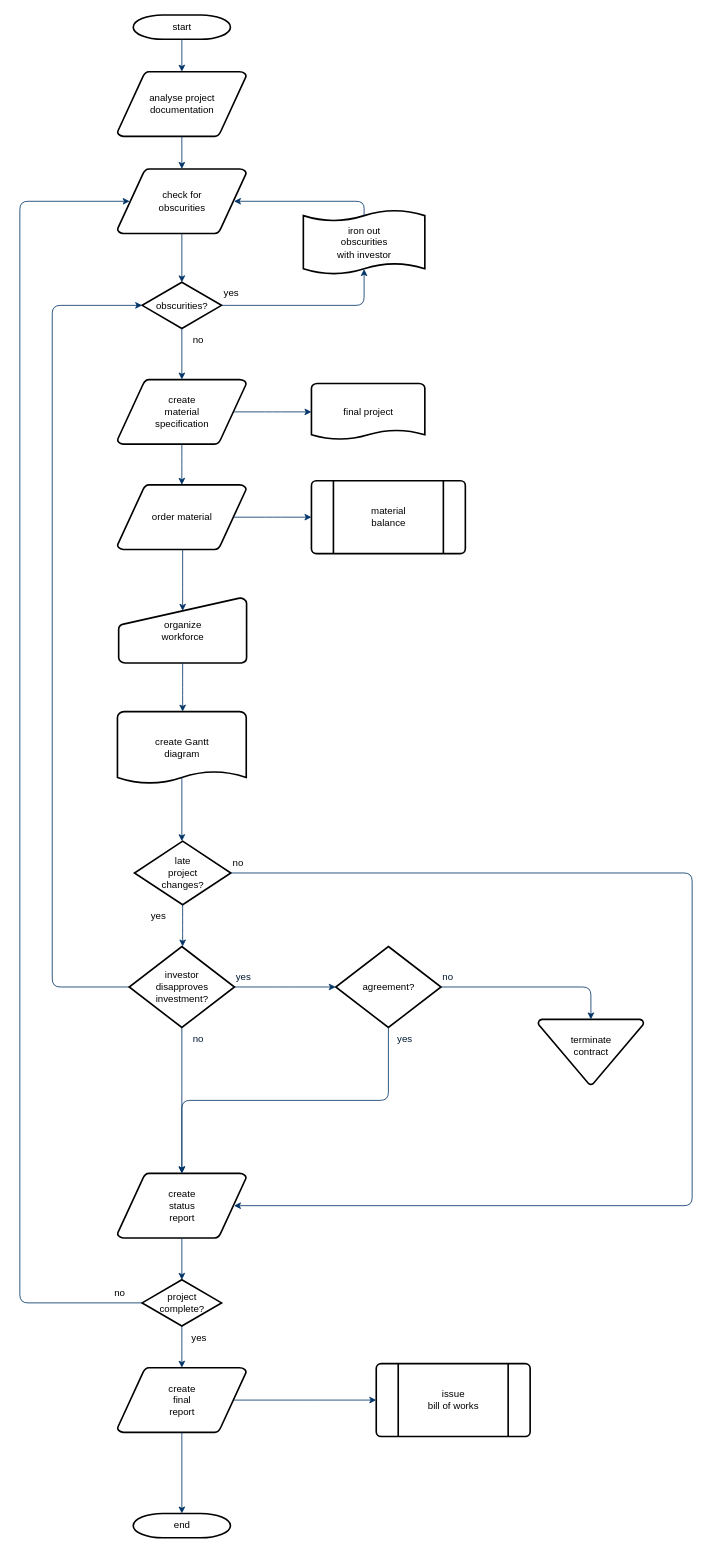
Earlier version of the draw.io diagram Untitled Diagram.drawio (DDtime123/uml_diagram). Source tidied: cells renumbered, new cells numbered last; positions are measured from the earlier drawing's top-left corner, leaving out a move shared by most shapes. Both pictures are drawn from the tidied source at 81%, with x=0, y=0 at pixel (19, 15).
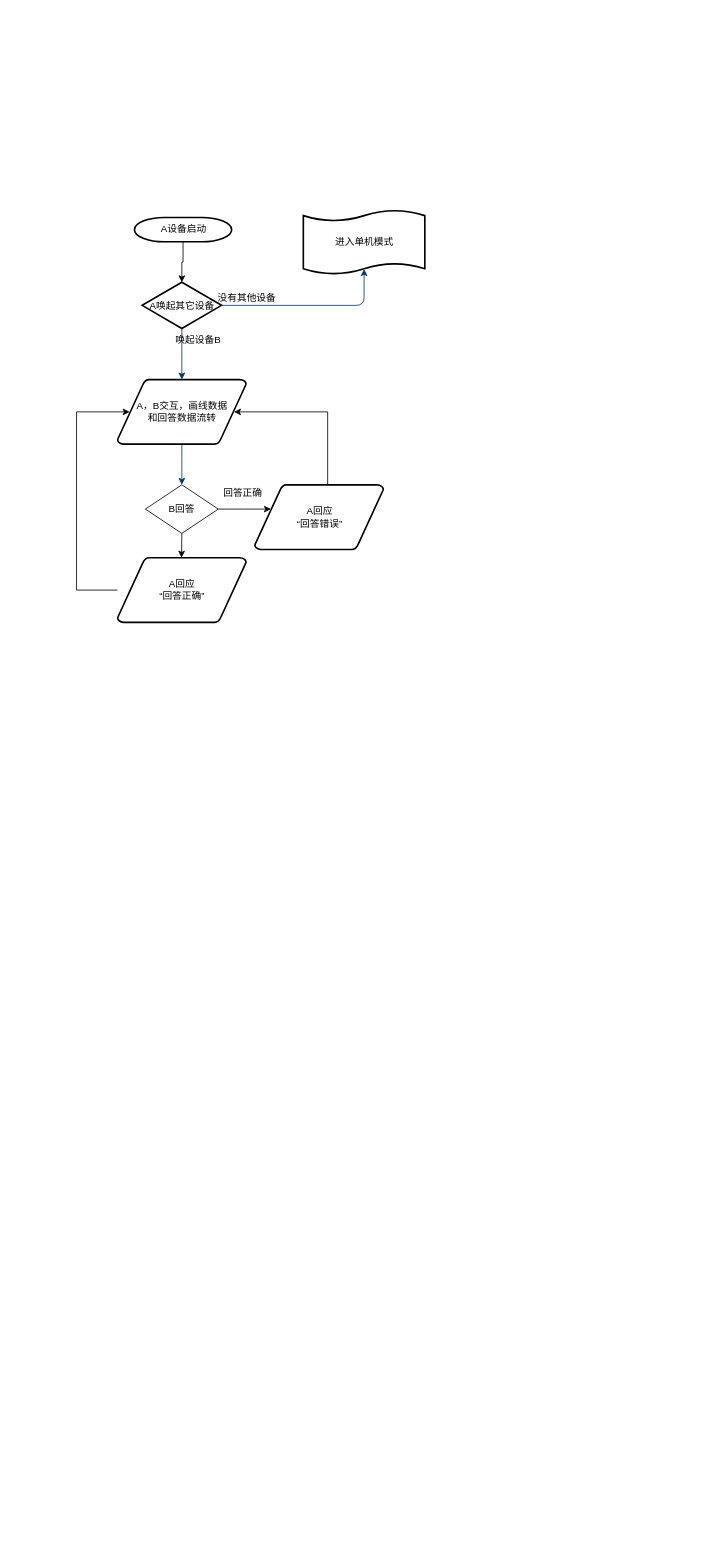
The same diagram, later.

What changed in the source:
```diff
@@
+    <mxCell id="56" style="edgeStyle=orthogonalEdgeStyle;rounded=0;jettySize=auto;html=1;exitX=0.5;exitY=1;exitDx=0;exitDy=0;exitPerimeter=0;entryX=0.5;entryY=0;entryDx=0;entryDy=0;entryPerimeter=0;" parent="1" edge="1" source="2" target="6">
+      <mxGeometry relative="1" as="geometry" />
+    </mxCell>
-    <mxCell id="2" value="start" style="shape=mxgraph.flowchart.terminator;strokeWidth=2;gradientColor=none;gradientDirection=north;fontStyle=0;html=1;" parent="1" vertex="1">
-      <mxGeometry x="140" width="120" height="30" as="geometry" />
+    <mxCell id="2" value="A设备启动" style="shape=mxgraph.flowchart.terminator;strokeWidth=2;gradientColor=none;gradientDirection=north;fontStyle=0;html=1;" parent="1" vertex="1">
+      <mxGeometry x="141.5" y="250" width="120" height="30" as="geometry" />
     </mxCell>
-    <mxCell id="3" value="analyse project&#10; documentation" style="shape=mxgraph.flowchart.data;strokeWidth=2;gradientColor=none;gradientDirection=north;fontStyle=0;html=1;" parent="1" vertex="1">
-      <mxGeometry x="120.5" y="70" width="159" height="80" as="geometry" />
-    </mxCell>
-    <mxCell id="4" value="create&#10;material&#10;specification" style="shape=mxgraph.flowchart.data;strokeWidth=2;gradientColor=none;gradientDirection=north;fontStyle=0;html=1;" parent="1" vertex="1">
+    <mxCell id="4" value="A，B交互，画线数据&lt;br&gt;和回答数据流转" style="shape=mxgraph.flowchart.data;strokeWidth=2;gradientColor=none;gradientDirection=north;fontStyle=0;html=1;" parent="1" vertex="1">
       <mxGeometry x="120.5" y="450" width="159" height="80" as="geometry" />
     </mxCell>
-    <mxCell id="5" value="check for&#10;obscurities" style="shape=mxgraph.flowchart.data;strokeWidth=2;gradientColor=none;gradientDirection=north;fontStyle=0;html=1;" parent="1" vertex="1">
-      <mxGeometry x="120.5" y="190" width="159" height="80" as="geometry" />
-    </mxCell>
-    <mxCell id="6" value="obscurities?" style="shape=mxgraph.flowchart.decision;strokeWidth=2;gradientColor=none;gradientDirection=north;fontStyle=0;html=1;" parent="1" vertex="1">
+    <mxCell id="6" value="A唤起其它设备" style="shape=mxgraph.flowchart.decision;strokeWidth=2;gradientColor=none;gradientDirection=north;fontStyle=0;html=1;" parent="1" vertex="1">
       <mxGeometry x="151" y="330" width="98" height="57" as="geometry" />
     </mxCell>
-    <mxCell id="7" style="fontStyle=1;strokeColor=#003366;strokeWidth=1;html=1;" parent="1" edge="1" source="2" target="3">
-      <mxGeometry relative="1" as="geometry" />
-    </mxCell>
-    <mxCell id="8" style="fontStyle=1;strokeColor=#003366;strokeWidth=1;html=1;" parent="1" edge="1" source="3" target="5">
-      <mxGeometry relative="1" as="geometry" />
-    </mxCell>
-    <mxCell id="9" style="entryX=0.5;entryY=0;entryPerimeter=0;fontStyle=1;strokeColor=#003366;strokeWidth=1;html=1;" parent="1" edge="1" source="5" target="6">
-      <mxGeometry relative="1" as="geometry" />
-    </mxCell>
@@
-    <mxCell id="11" value="yes" style="text;fontStyle=0;html=1;strokeColor=none;gradientColor=none;fillColor=none;strokeWidth=2;" parent="1" vertex="1">
-      <mxGeometry x="250" y="330" width="40" height="26" as="geometry" />
-    </mxCell>
@@
-    <mxCell id="13" value="order material" style="shape=mxgraph.flowchart.data;strokeWidth=2;gradientColor=none;gradientDirection=north;fontStyle=0;html=1;" parent="1" vertex="1">
-      <mxGeometry x="120.5" y="580" width="159" height="80" as="geometry" />
-    </mxCell>
-    <mxCell id="14" value="no" style="text;fontStyle=0;html=1;strokeColor=none;gradientColor=none;fillColor=none;strokeWidth=2;align=center;" parent="1" vertex="1">
+    <mxCell id="14" value="唤起设备B" style="text;fontStyle=0;html=1;strokeColor=none;gradientColor=none;fillColor=none;strokeWidth=2;align=center;" parent="1" vertex="1">
       <mxGeometry x="200" y="387" width="40" height="26" as="geometry" />
     </mxCell>
-    <mxCell id="15" value="final project" style="shape=mxgraph.flowchart.document;strokeWidth=2;gradientColor=none;gradientDirection=north;fontStyle=0;html=1;" parent="1" vertex="1">
-      <mxGeometry x="360" y="455" width="140" height="70" as="geometry" />
-    </mxCell>
-    <mxCell id="16" style="edgeStyle=elbowEdgeStyle;elbow=horizontal;exitX=0.905;exitY=0.5;exitPerimeter=0;fontStyle=1;strokeColor=#003366;strokeWidth=1;html=1;" parent="1" edge="1" source="4" target="15">
-      <mxGeometry as="geometry" />
-    </mxCell>
-    <mxCell id="17" style="edgeStyle=elbowEdgeStyle;elbow=horizontal;fontStyle=1;strokeColor=#003366;strokeWidth=1;html=1;" parent="1" edge="1" source="4" target="13">
-      <mxGeometry as="geometry" />
+    <mxCell id="17" style="edgeStyle=elbowEdgeStyle;elbow=horizontal;fontStyle=1;strokeColor=#003366;strokeWidth=1;html=1;" parent="1" edge="1" source="4">
+      <mxGeometry as="geometry">
+        <mxPoint x="200" y="580" as="targetPoint" />
+      </mxGeometry>
     </mxCell>
-    <mxCell id="18" value="material&#10;balance" style="shape=mxgraph.flowchart.predefined_process;strokeWidth=2;gradientColor=none;gradientDirection=north;fontStyle=0;html=1;" parent="1" vertex="1">
-      <mxGeometry x="360" y="575" width="190" height="90" as="geometry" />
-    </mxCell>
-    <mxCell id="19" style="edgeStyle=elbowEdgeStyle;elbow=horizontal;exitX=0.905;exitY=0.5;exitPerimeter=0;fontStyle=1;strokeColor=#003366;strokeWidth=1;html=1;" parent="1" edge="1" source="13" target="18">
-      <mxGeometry as="geometry" />
-    </mxCell>
-    <mxCell id="20" value="organize &#10;workforce" style="shape=mxgraph.flowchart.manual_input;strokeWidth=2;gradientColor=none;gradientDirection=north;fontStyle=0;html=1;" parent="1" vertex="1">
-      <mxGeometry x="122" y="720" width="158" height="80" as="geometry" />
-    </mxCell>
-    <mxCell id="21" style="edgeStyle=elbowEdgeStyle;elbow=horizontal;entryX=0.5;entryY=0.195;entryPerimeter=0;fontStyle=1;strokeColor=#003366;strokeWidth=1;html=1;" parent="1" edge="1" source="13" target="20">
-      <mxGeometry as="geometry" />
-    </mxCell>
-    <mxCell id="22" value="create Gantt&#10;diagram" style="shape=mxgraph.flowchart.document;strokeWidth=2;gradientColor=none;gradientDirection=north;fontStyle=0;html=1;" parent="1" vertex="1">
-      <mxGeometry x="120.5" y="860" width="159" height="90" as="geometry" />
-    </mxCell>
-    <mxCell id="23" style="edgeStyle=elbowEdgeStyle;elbow=horizontal;exitX=0.5;exitY=1;exitPerimeter=0;fontStyle=1;strokeColor=#003366;strokeWidth=1;html=1;" parent="1" edge="1" source="20" target="22">
-      <mxGeometry as="geometry" />
-    </mxCell>
-    <mxCell id="24" value="late&#10;project&#10;changes?" style="shape=mxgraph.flowchart.decision;strokeWidth=2;gradientColor=none;gradientDirection=north;fontStyle=0;html=1;" parent="1" vertex="1">
-      <mxGeometry x="141.5" y="1020" width="119" height="78.5" as="geometry" />
-    </mxCell>
-    <mxCell id="25" style="edgeStyle=elbowEdgeStyle;elbow=horizontal;exitX=0.5;exitY=0.9;exitPerimeter=0;fontStyle=1;strokeColor=#003366;strokeWidth=1;html=1;" parent="1" edge="1" source="22" target="24">
-      <mxGeometry as="geometry" />
-    </mxCell>
-    <mxCell id="26" style="edgeStyle=elbowEdgeStyle;elbow=horizontal;exitX=0;exitY=0.5;exitPerimeter=0;entryX=0;entryY=0.5;entryPerimeter=0;fontStyle=1;strokeColor=#003366;strokeWidth=1;html=1;" parent="1" edge="1" source="28" target="6">
-      <mxGeometry as="geometry">
-        <Array as="points">
-          <mxPoint x="40" y="790" />
-        </Array>
-      </mxGeometry>
-    </mxCell>
-    <mxCell id="27" value="yes" style="text;fontStyle=0;html=1;strokeColor=none;gradientColor=none;fillColor=none;strokeWidth=2;" parent="1" vertex="1">
-      <mxGeometry x="160" y="1098.5" width="40" height="26" as="geometry" />
-    </mxCell>
-    <mxCell id="28" value="investor&#10;disapproves&#10; investment?" style="shape=mxgraph.flowchart.decision;strokeWidth=2;gradientColor=none;gradientDirection=north;fontStyle=0;html=1;" parent="1" vertex="1">
-      <mxGeometry x="135" y="1150" width="130" height="100" as="geometry" />
-    </mxCell>
-    <mxCell id="29" value="agreement?" style="shape=mxgraph.flowchart.decision;strokeWidth=2;gradientColor=none;gradientDirection=north;fontStyle=0;html=1;" parent="1" vertex="1">
-      <mxGeometry x="390" y="1150" width="130" height="100" as="geometry" />
-    </mxCell>
-    <mxCell id="30" style="edgeStyle=elbowEdgeStyle;elbow=horizontal;exitX=0.5;exitY=1;exitPerimeter=0;fontStyle=1;strokeColor=#003366;strokeWidth=1;html=1;" parent="1" edge="1" source="24" target="28">
-      <mxGeometry as="geometry" />
-    </mxCell>
-    <mxCell id="31" style="edgeStyle=elbowEdgeStyle;elbow=horizontal;exitX=1;exitY=0.5;exitPerimeter=0;entryX=0;entryY=0.5;entryPerimeter=0;fontStyle=1;strokeColor=#003366;strokeWidth=1;html=1;" parent="1" edge="1" source="28" target="29">
-      <mxGeometry as="geometry" />
-    </mxCell>
-    <mxCell id="32" value="terminate&#10;contract&#10;" style="shape=mxgraph.flowchart.merge_or_storage;strokeWidth=2;gradientColor=none;gradientDirection=north;fontStyle=0;html=1;" parent="1" vertex="1">
-      <mxGeometry x="640" y="1240" width="130" height="80.5" as="geometry" />
-    </mxCell>
-    <mxCell id="33" style="edgeStyle=elbowEdgeStyle;elbow=vertical;exitX=1;exitY=0.5;exitPerimeter=0;entryX=0.5;entryY=0;entryPerimeter=0;fontStyle=1;strokeColor=#003366;strokeWidth=1;html=1;" parent="1" edge="1" source="29" target="32">
-      <mxGeometry as="geometry">
-        <Array as="points">
-          <mxPoint x="620" y="1200" />
-        </Array>
-      </mxGeometry>
-    </mxCell>
-    <mxCell id="34" value="create&#10;status&#10;report" style="shape=mxgraph.flowchart.data;strokeWidth=2;gradientColor=none;gradientDirection=north;fontStyle=0;html=1;" parent="1" vertex="1">
-      <mxGeometry x="120.5" y="1430" width="159" height="80" as="geometry" />
-    </mxCell>
-    <mxCell id="35" style="edgeStyle=elbowEdgeStyle;elbow=vertical;exitX=0.5;exitY=1;exitPerimeter=0;fontColor=#001933;fontStyle=1;strokeColor=#003366;strokeWidth=1;html=1;" parent="1" edge="1" source="28" target="34">
-      <mxGeometry as="geometry" />
-    </mxCell>
-    <mxCell id="36" style="edgeStyle=elbowEdgeStyle;elbow=vertical;exitX=0.5;exitY=1;exitPerimeter=0;entryX=0.5;entryY=0;entryPerimeter=0;fontStyle=1;strokeColor=#003366;strokeWidth=1;html=1;" parent="1" edge="1" source="29" target="34">
-      <mxGeometry as="geometry" />
-    </mxCell>
-    <mxCell id="37" value="project&#10;complete?" style="shape=mxgraph.flowchart.decision;strokeWidth=2;gradientColor=none;gradientDirection=north;fontStyle=0;html=1;" parent="1" vertex="1">
-      <mxGeometry x="151" y="1561.5" width="98" height="57" as="geometry" />
-    </mxCell>
-    <mxCell id="38" value="create&#10;final&#10;report" style="shape=mxgraph.flowchart.data;strokeWidth=2;gradientColor=none;gradientDirection=north;fontStyle=0;html=1;" parent="1" vertex="1">
-      <mxGeometry x="120.5" y="1670" width="159" height="80" as="geometry" />
-    </mxCell>
-    <mxCell id="39" value="issue&#10;bill of works" style="shape=mxgraph.flowchart.predefined_process;strokeWidth=2;gradientColor=none;gradientDirection=north;fontStyle=0;html=1;" parent="1" vertex="1">
-      <mxGeometry x="440" y="1665" width="190" height="90" as="geometry" />
-    </mxCell>
-    <mxCell id="40" value="end" style="shape=mxgraph.flowchart.terminator;strokeWidth=2;gradientColor=none;gradientDirection=north;fontStyle=0;html=1;" parent="1" vertex="1">
-      <mxGeometry x="140" y="1850" width="120" height="30" as="geometry" />
-    </mxCell>
-    <mxCell id="41" style="edgeStyle=elbowEdgeStyle;elbow=vertical;exitX=0.5;exitY=1;exitPerimeter=0;entryX=0.5;entryY=0;entryPerimeter=0;fontStyle=1;strokeColor=#003366;strokeWidth=1;html=1;" parent="1" edge="1" source="34" target="37">
-      <mxGeometry as="geometry" />
-    </mxCell>
-    <mxCell id="42" style="edgeStyle=elbowEdgeStyle;elbow=vertical;exitX=0.5;exitY=1;exitPerimeter=0;entryX=0.5;entryY=0;entryPerimeter=0;fontStyle=1;strokeColor=#003366;strokeWidth=1;html=1;" parent="1" edge="1" source="37" target="38">
-      <mxGeometry as="geometry" />
-    </mxCell>
-    <mxCell id="43" style="edgeStyle=elbowEdgeStyle;elbow=vertical;exitX=0.5;exitY=1;exitPerimeter=0;entryX=0.5;entryY=0;entryPerimeter=0;fontStyle=1;strokeColor=#003366;strokeWidth=1;html=1;" parent="1" edge="1" source="38" target="40">
-      <mxGeometry as="geometry" />
-    </mxCell>
-    <mxCell id="44" style="edgeStyle=elbowEdgeStyle;elbow=vertical;exitX=0.905;exitY=0.5;exitPerimeter=0;entryX=0;entryY=0.5;entryPerimeter=0;fontStyle=1;strokeColor=#003366;strokeWidth=1;html=1;" parent="1" edge="1" source="38" target="39">
-      <mxGeometry as="geometry" />
-    </mxCell>
-    <mxCell id="45" style="edgeStyle=elbowEdgeStyle;elbow=horizontal;exitX=1;exitY=0.5;exitPerimeter=0;entryX=0.905;entryY=0.5;entryPerimeter=0;fontStyle=1;strokeColor=#003366;strokeWidth=1;html=1;" parent="1" edge="1" source="24" target="34">
-      <mxGeometry as="geometry">
-        <Array as="points">
-          <mxPoint x="830" y="1260" />
-        </Array>
-      </mxGeometry>
-    </mxCell>
-    <mxCell id="46" value="no" style="text;fontStyle=0;html=1;strokeColor=none;gradientColor=none;fillColor=none;strokeWidth=2;" parent="1" vertex="1">
-      <mxGeometry x="260.5" y="1033.2" width="40" height="26" as="geometry" />
-    </mxCell>
-    <mxCell id="47" value="yes" style="text;fontColor=#001933;fontStyle=0;html=1;strokeColor=none;gradientColor=none;fillColor=none;strokeWidth=2;" parent="1" vertex="1">
-      <mxGeometry x="265" y="1174" width="40" height="26" as="geometry" />
-    </mxCell>
-    <mxCell id="48" value="no" style="text;fontColor=#001933;fontStyle=0;html=1;strokeColor=none;gradientColor=none;fillColor=none;strokeWidth=2;align=center;" parent="1" vertex="1">
-      <mxGeometry x="200" y="1250" width="40" height="26" as="geometry" />
-    </mxCell>
-    <mxCell id="49" value="yes" style="text;fontColor=#001933;fontStyle=0;html=1;strokeColor=none;gradientColor=none;fillColor=none;strokeWidth=2;align=center;" parent="1" vertex="1">
-      <mxGeometry x="455" y="1250" width="40" height="26" as="geometry" />
-    </mxCell>
-    <mxCell id="50" value="no" style="text;fontColor=#001933;fontStyle=0;html=1;strokeColor=none;gradientColor=none;fillColor=none;strokeWidth=2;" parent="1" vertex="1">
-      <mxGeometry x="520" y="1174" width="40" height="26" as="geometry" />
-    </mxCell>
-    <mxCell id="51" value="iron out&#10;obscurities &#10;with investor" style="shape=mxgraph.flowchart.paper_tape;strokeWidth=2;gradientColor=none;gradientDirection=north;fontStyle=0;html=1;" parent="1" vertex="1">
+    <mxCell id="51" value="进入单机模式" style="shape=mxgraph.flowchart.paper_tape;strokeWidth=2;gradientColor=none;gradientDirection=north;fontStyle=0;html=1;" parent="1" vertex="1">
       <mxGeometry x="350" y="240" width="150" height="81" as="geometry" />
     </mxCell>
-    <mxCell id="52" style="edgeStyle=elbowEdgeStyle;elbow=horizontal;exitX=0.5;exitY=0.09;exitPerimeter=0;entryX=0.905;entryY=0.5;entryPerimeter=0;fontStyle=1;strokeColor=#003366;strokeWidth=1;html=1;" parent="1" edge="1" source="51" target="5">
-      <mxGeometry as="geometry">
-        <Array as="points">
-          <mxPoint x="425" y="240" />
-        </Array>
-      </mxGeometry>
-    </mxCell>
-    <mxCell id="53" value="yes" style="text;fontStyle=0;html=1;strokeColor=none;gradientColor=none;fillColor=none;strokeWidth=2;align=center;" parent="1" vertex="1">
-      <mxGeometry x="201" y="1620" width="40" height="26" as="geometry" />
-    </mxCell>
-    <mxCell id="54" style="edgeStyle=elbowEdgeStyle;elbow=horizontal;exitX=0;exitY=0.5;exitPerimeter=0;entryX=0.095;entryY=0.5;entryPerimeter=0;fontStyle=1;strokeColor=#003366;strokeWidth=1;html=1;" parent="1" edge="1" source="37" target="5">
-      <mxGeometry as="geometry">
-        <Array as="points">
-          <mxPoint y="910" />
-        </Array>
-      </mxGeometry>
-    </mxCell>
-    <mxCell id="55" value="no" style="text;fontStyle=0;html=1;strokeColor=none;gradientColor=none;fillColor=none;strokeWidth=2;" parent="1" vertex="1">
-      <mxGeometry x="115" y="1564" width="40" height="26" as="geometry" />
-    </mxCell>
+    <mxCell id="57" value="没有其他设备" style="text;html=1;align=center;verticalAlign=middle;strokeColor=none;fillColor=none;" parent="1" vertex="1">
+      <mxGeometry x="235" y="340" width="90" height="20" as="geometry" />
+    </mxCell>
+    <mxCell id="58" style="edgeStyle=orthogonalEdgeStyle;rounded=0;jettySize=auto;html=1;" parent="1" edge="1" source="60">
+      <mxGeometry relative="1" as="geometry">
+        <mxPoint x="310" y="610" as="targetPoint" />
+      </mxGeometry>
+    </mxCell>
+    <mxCell id="59" style="edgeStyle=orthogonalEdgeStyle;rounded=0;jettySize=auto;html=1;exitX=0.5;exitY=1;exitDx=0;exitDy=0;" parent="1" edge="1" source="60">
+      <mxGeometry relative="1" as="geometry">
+        <mxPoint x="199.6" y="670" as="targetPoint" />
+      </mxGeometry>
+    </mxCell>
+    <mxCell id="60" value="B回答" style="rhombus;whiteSpace=wrap;html=1;" parent="1" vertex="1">
+      <mxGeometry x="155" y="580" width="90" height="60" as="geometry" />
+    </mxCell>
+    <mxCell id="61" value="回答正确" style="text;html=1;align=center;verticalAlign=middle;strokeColor=none;fillColor=none;" parent="1" vertex="1">
+      <mxGeometry x="245" y="580" width="60" height="20" as="geometry" />
+    </mxCell>
+    <mxCell id="62" style="edgeStyle=orthogonalEdgeStyle;rounded=0;jettySize=auto;html=1;entryX=0.095;entryY=0.5;entryDx=0;entryDy=0;entryPerimeter=0;" parent="1" edge="1" source="63" target="4">
+      <mxGeometry relative="1" as="geometry">
+        <Array as="points">
+          <mxPoint x="70" y="710" />
+          <mxPoint x="70" y="490" />
+        </Array>
+      </mxGeometry>
+    </mxCell>
+    <mxCell id="63" value="A回应&lt;br&gt;“回答正确”" style="shape=mxgraph.flowchart.data;strokeWidth=2;gradientColor=none;gradientDirection=north;fontStyle=0;html=1;" parent="1" vertex="1">
+      <mxGeometry x="120.5" y="670" width="159" height="80" as="geometry" />
+    </mxCell>
+    <mxCell id="64" style="edgeStyle=orthogonalEdgeStyle;rounded=0;jettySize=auto;html=1;entryX=0.905;entryY=0.5;entryDx=0;entryDy=0;entryPerimeter=0;" parent="1" edge="1" source="65" target="4">
+      <mxGeometry relative="1" as="geometry">
+        <Array as="points">
+          <mxPoint x="380" y="490" />
+        </Array>
+      </mxGeometry>
+    </mxCell>
+    <mxCell id="65" value="A回应&lt;br&gt;“回答错误”" style="shape=mxgraph.flowchart.data;strokeWidth=2;gradientColor=none;gradientDirection=north;fontStyle=0;html=1;" parent="1" vertex="1">
+      <mxGeometry x="290" y="580" width="159" height="80" as="geometry" />
+    </mxCell>
```
